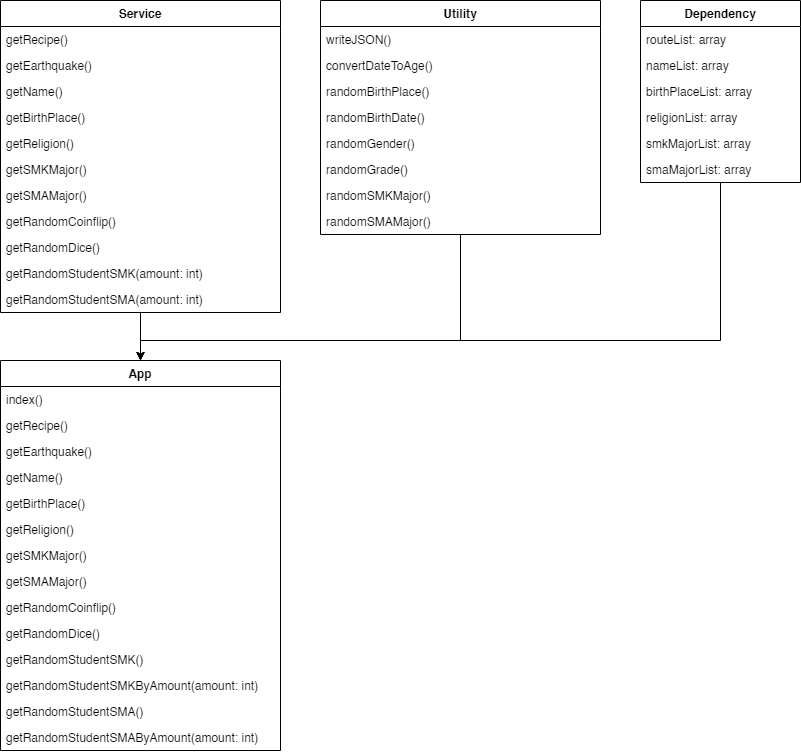
Earlier version of the draw.io export diagrams/class.drawio.png (astrantialabs/api-center). Source tidied: cells renumbered, new cells last; positions are measured from the earlier drawing's top-left corner, leaving out a move shared by most shapes. Source of this version:
```xml
<mxGraphModel>
  <root>
    <mxCell id="0" />
    <mxCell id="1" parent="0" />
    <mxCell id="2" value="App" style="swimlane;fontStyle=1;align=center;verticalAlign=top;horizontal=1;startSize=26;" parent="1" vertex="1">
      <mxGeometry y="360" width="280" height="390" as="geometry" />
    </mxCell>
    <mxCell id="3" value="index()" style="text;strokeColor=none;fillColor=none;align=left;verticalAlign=top;spacingLeft=4;spacingRight=4;overflow=hidden;" parent="2" vertex="1">
      <mxGeometry y="26" width="280" height="26" as="geometry" />
    </mxCell>
    <mxCell id="4" value="getRecipe()" style="text;strokeColor=none;fillColor=none;align=left;verticalAlign=top;spacingLeft=4;spacingRight=4;overflow=hidden;" parent="2" vertex="1">
      <mxGeometry y="52" width="280" height="26" as="geometry" />
    </mxCell>
    <mxCell id="5" value="getEarthquake()" style="text;strokeColor=none;fillColor=none;align=left;verticalAlign=top;spacingLeft=4;spacingRight=4;overflow=hidden;" parent="2" vertex="1">
      <mxGeometry y="78" width="280" height="26" as="geometry" />
    </mxCell>
    <mxCell id="6" value="getName()" style="text;strokeColor=none;fillColor=none;align=left;verticalAlign=top;spacingLeft=4;spacingRight=4;overflow=hidden;" parent="2" vertex="1">
      <mxGeometry y="104" width="280" height="26" as="geometry" />
    </mxCell>
    <mxCell id="7" value="getBirthPlace()" style="text;strokeColor=none;fillColor=none;align=left;verticalAlign=top;spacingLeft=4;spacingRight=4;overflow=hidden;" parent="2" vertex="1">
      <mxGeometry y="130" width="280" height="26" as="geometry" />
    </mxCell>
    <mxCell id="8" value="getReligion()" style="text;strokeColor=none;fillColor=none;align=left;verticalAlign=top;spacingLeft=4;spacingRight=4;overflow=hidden;" parent="2" vertex="1">
      <mxGeometry y="156" width="280" height="26" as="geometry" />
    </mxCell>
    <mxCell id="9" value="getSMKMajor()" style="text;strokeColor=none;fillColor=none;align=left;verticalAlign=top;spacingLeft=4;spacingRight=4;overflow=hidden;" parent="2" vertex="1">
      <mxGeometry y="182" width="280" height="26" as="geometry" />
    </mxCell>
    <mxCell id="10" value="getSMAMajor()" style="text;strokeColor=none;fillColor=none;align=left;verticalAlign=top;spacingLeft=4;spacingRight=4;overflow=hidden;" parent="2" vertex="1">
      <mxGeometry y="208" width="280" height="26" as="geometry" />
    </mxCell>
    <mxCell id="11" value="getRandomCoinflip()" style="text;strokeColor=none;fillColor=none;align=left;verticalAlign=top;spacingLeft=4;spacingRight=4;overflow=hidden;" parent="2" vertex="1">
      <mxGeometry y="234" width="280" height="26" as="geometry" />
    </mxCell>
    <mxCell id="12" value="getRandomDice()" style="text;strokeColor=none;fillColor=none;align=left;verticalAlign=top;spacingLeft=4;spacingRight=4;overflow=hidden;" parent="2" vertex="1">
      <mxGeometry y="260" width="280" height="26" as="geometry" />
    </mxCell>
    <mxCell id="13" value="getRandomStudentSMK()" style="text;strokeColor=none;fillColor=none;align=left;verticalAlign=top;spacingLeft=4;spacingRight=4;overflow=hidden;" parent="2" vertex="1">
      <mxGeometry y="286" width="280" height="26" as="geometry" />
    </mxCell>
    <mxCell id="14" value="getRandomStudentSMKByAmount(amount: int)" style="text;strokeColor=none;fillColor=none;align=left;verticalAlign=top;spacingLeft=4;spacingRight=4;overflow=hidden;" parent="2" vertex="1">
      <mxGeometry y="312" width="280" height="26" as="geometry" />
    </mxCell>
    <mxCell id="15" value="getRandomStudentSMA()" style="text;strokeColor=none;fillColor=none;align=left;verticalAlign=top;spacingLeft=4;spacingRight=4;overflow=hidden;" parent="2" vertex="1">
      <mxGeometry y="338" width="280" height="26" as="geometry" />
    </mxCell>
    <mxCell id="16" value="getRandomStudentSMAByAmount(amount: int)" style="text;strokeColor=none;fillColor=none;align=left;verticalAlign=top;spacingLeft=4;spacingRight=4;overflow=hidden;" parent="2" vertex="1">
      <mxGeometry y="364" width="280" height="26" as="geometry" />
    </mxCell>
    <mxCell id="17" style="edgeStyle=orthogonalEdgeStyle;rounded=0;jettySize=auto;html=1;entryX=0.5;entryY=0;entryDx=0;entryDy=0;" parent="1" edge="1" source="18" target="2">
      <mxGeometry relative="1" as="geometry">
        <Array as="points">
          <mxPoint x="720" y="340" />
          <mxPoint x="140" y="340" />
        </Array>
      </mxGeometry>
    </mxCell>
    <mxCell id="18" value="Dependency" style="swimlane;fontStyle=1;align=center;verticalAlign=top;horizontal=1;startSize=26;" parent="1" vertex="1">
      <mxGeometry x="640" width="160" height="182" as="geometry" />
    </mxCell>
    <mxCell id="19" value="routeList: array" style="text;strokeColor=none;fillColor=none;align=left;verticalAlign=top;spacingLeft=4;spacingRight=4;overflow=hidden;" parent="18" vertex="1">
      <mxGeometry y="26" width="160" height="26" as="geometry" />
    </mxCell>
    <mxCell id="20" value="nameList: array" style="text;strokeColor=none;fillColor=none;align=left;verticalAlign=top;spacingLeft=4;spacingRight=4;overflow=hidden;" parent="18" vertex="1">
      <mxGeometry y="52" width="160" height="26" as="geometry" />
    </mxCell>
    <mxCell id="21" value="birthPlaceList: array" style="text;strokeColor=none;fillColor=none;align=left;verticalAlign=top;spacingLeft=4;spacingRight=4;overflow=hidden;" parent="18" vertex="1">
      <mxGeometry y="78" width="160" height="26" as="geometry" />
    </mxCell>
    <mxCell id="22" value="religionList: array" style="text;strokeColor=none;fillColor=none;align=left;verticalAlign=top;spacingLeft=4;spacingRight=4;overflow=hidden;" parent="18" vertex="1">
      <mxGeometry y="104" width="160" height="26" as="geometry" />
    </mxCell>
    <mxCell id="23" value="smkMajorList: array" style="text;strokeColor=none;fillColor=none;align=left;verticalAlign=top;spacingLeft=4;spacingRight=4;overflow=hidden;" parent="18" vertex="1">
      <mxGeometry y="130" width="160" height="26" as="geometry" />
    </mxCell>
    <mxCell id="24" value="smaMajorList: array" style="text;strokeColor=none;fillColor=none;align=left;verticalAlign=top;spacingLeft=4;spacingRight=4;overflow=hidden;" parent="18" vertex="1">
      <mxGeometry y="156" width="160" height="26" as="geometry" />
    </mxCell>
    <mxCell id="25" style="edgeStyle=orthogonalEdgeStyle;rounded=0;jettySize=auto;html=1;entryX=0.5;entryY=0;entryDx=0;entryDy=0;" parent="1" edge="1" source="26" target="2">
      <mxGeometry relative="1" as="geometry" />
    </mxCell>
    <mxCell id="26" value="Service" style="swimlane;fontStyle=1;align=center;verticalAlign=top;horizontal=1;startSize=26;" parent="1" vertex="1">
      <mxGeometry width="280" height="312" as="geometry" />
    </mxCell>
    <mxCell id="27" value="getRecipe()" style="text;strokeColor=none;fillColor=none;align=left;verticalAlign=top;spacingLeft=4;spacingRight=4;overflow=hidden;" parent="26" vertex="1">
      <mxGeometry y="26" width="280" height="26" as="geometry" />
    </mxCell>
    <mxCell id="28" value="getEarthquake()" style="text;strokeColor=none;fillColor=none;align=left;verticalAlign=top;spacingLeft=4;spacingRight=4;overflow=hidden;" parent="26" vertex="1">
      <mxGeometry y="52" width="280" height="26" as="geometry" />
    </mxCell>
    <mxCell id="29" value="getName()" style="text;strokeColor=none;fillColor=none;align=left;verticalAlign=top;spacingLeft=4;spacingRight=4;overflow=hidden;" parent="26" vertex="1">
      <mxGeometry y="78" width="280" height="26" as="geometry" />
    </mxCell>
    <mxCell id="30" value="getBirthPlace()" style="text;strokeColor=none;fillColor=none;align=left;verticalAlign=top;spacingLeft=4;spacingRight=4;overflow=hidden;" parent="26" vertex="1">
      <mxGeometry y="104" width="280" height="26" as="geometry" />
    </mxCell>
    <mxCell id="31" value="getReligion()" style="text;strokeColor=none;fillColor=none;align=left;verticalAlign=top;spacingLeft=4;spacingRight=4;overflow=hidden;" parent="26" vertex="1">
      <mxGeometry y="130" width="280" height="26" as="geometry" />
    </mxCell>
    <mxCell id="32" value="getSMKMajor()" style="text;strokeColor=none;fillColor=none;align=left;verticalAlign=top;spacingLeft=4;spacingRight=4;overflow=hidden;" parent="26" vertex="1">
      <mxGeometry y="156" width="280" height="26" as="geometry" />
    </mxCell>
    <mxCell id="33" value="getSMAMajor()" style="text;strokeColor=none;fillColor=none;align=left;verticalAlign=top;spacingLeft=4;spacingRight=4;overflow=hidden;" parent="26" vertex="1">
      <mxGeometry y="182" width="280" height="26" as="geometry" />
    </mxCell>
    <mxCell id="34" value="getRandomCoinflip()" style="text;strokeColor=none;fillColor=none;align=left;verticalAlign=top;spacingLeft=4;spacingRight=4;overflow=hidden;" parent="26" vertex="1">
      <mxGeometry y="208" width="280" height="26" as="geometry" />
    </mxCell>
    <mxCell id="35" value="getRandomDice()" style="text;strokeColor=none;fillColor=none;align=left;verticalAlign=top;spacingLeft=4;spacingRight=4;overflow=hidden;" parent="26" vertex="1">
      <mxGeometry y="234" width="280" height="26" as="geometry" />
    </mxCell>
    <mxCell id="36" value="getRandomStudentSMK(amount: int)" style="text;strokeColor=none;fillColor=none;align=left;verticalAlign=top;spacingLeft=4;spacingRight=4;overflow=hidden;" parent="26" vertex="1">
      <mxGeometry y="260" width="280" height="26" as="geometry" />
    </mxCell>
    <mxCell id="37" value="getRandomStudentSMA(amount: int)" style="text;strokeColor=none;fillColor=none;align=left;verticalAlign=top;spacingLeft=4;spacingRight=4;overflow=hidden;" parent="26" vertex="1">
      <mxGeometry y="286" width="280" height="26" as="geometry" />
    </mxCell>
    <mxCell id="38" style="edgeStyle=orthogonalEdgeStyle;rounded=0;jettySize=auto;html=1;entryX=0.5;entryY=0;entryDx=0;entryDy=0;" parent="1" edge="1" source="39" target="2">
      <mxGeometry relative="1" as="geometry">
        <Array as="points">
          <mxPoint x="460" y="340" />
          <mxPoint x="140" y="340" />
        </Array>
      </mxGeometry>
    </mxCell>
    <mxCell id="39" value="Utility" style="swimlane;fontStyle=1;align=center;verticalAlign=top;horizontal=1;startSize=26;" parent="1" vertex="1">
      <mxGeometry x="320" width="280" height="234" as="geometry" />
    </mxCell>
    <mxCell id="40" value="writeJSON()" style="text;strokeColor=none;fillColor=none;align=left;verticalAlign=top;spacingLeft=4;spacingRight=4;overflow=hidden;" parent="39" vertex="1">
      <mxGeometry y="26" width="280" height="26" as="geometry" />
    </mxCell>
    <mxCell id="41" value="convertDateToAge()" style="text;strokeColor=none;fillColor=none;align=left;verticalAlign=top;spacingLeft=4;spacingRight=4;overflow=hidden;" parent="39" vertex="1">
      <mxGeometry y="52" width="280" height="26" as="geometry" />
    </mxCell>
    <mxCell id="42" value="randomBirthPlace()" style="text;strokeColor=none;fillColor=none;align=left;verticalAlign=top;spacingLeft=4;spacingRight=4;overflow=hidden;" parent="39" vertex="1">
      <mxGeometry y="78" width="280" height="26" as="geometry" />
    </mxCell>
    <mxCell id="43" value="randomBirthDate()" style="text;strokeColor=none;fillColor=none;align=left;verticalAlign=top;spacingLeft=4;spacingRight=4;overflow=hidden;" parent="39" vertex="1">
      <mxGeometry y="104" width="280" height="26" as="geometry" />
    </mxCell>
    <mxCell id="44" value="randomGender()" style="text;strokeColor=none;fillColor=none;align=left;verticalAlign=top;spacingLeft=4;spacingRight=4;overflow=hidden;" parent="39" vertex="1">
      <mxGeometry y="130" width="280" height="26" as="geometry" />
    </mxCell>
    <mxCell id="45" value="randomGrade()" style="text;strokeColor=none;fillColor=none;align=left;verticalAlign=top;spacingLeft=4;spacingRight=4;overflow=hidden;" parent="39" vertex="1">
      <mxGeometry y="156" width="280" height="26" as="geometry" />
    </mxCell>
    <mxCell id="46" value="randomSMKMajor()" style="text;strokeColor=none;fillColor=none;align=left;verticalAlign=top;spacingLeft=4;spacingRight=4;overflow=hidden;" parent="39" vertex="1">
      <mxGeometry y="182" width="280" height="26" as="geometry" />
    </mxCell>
    <mxCell id="47" value="randomSMAMajor()" style="text;strokeColor=none;fillColor=none;align=left;verticalAlign=top;spacingLeft=4;spacingRight=4;overflow=hidden;" parent="39" vertex="1">
      <mxGeometry y="208" width="280" height="26" as="geometry" />
    </mxCell>
  </root>
</mxGraphModel>
```
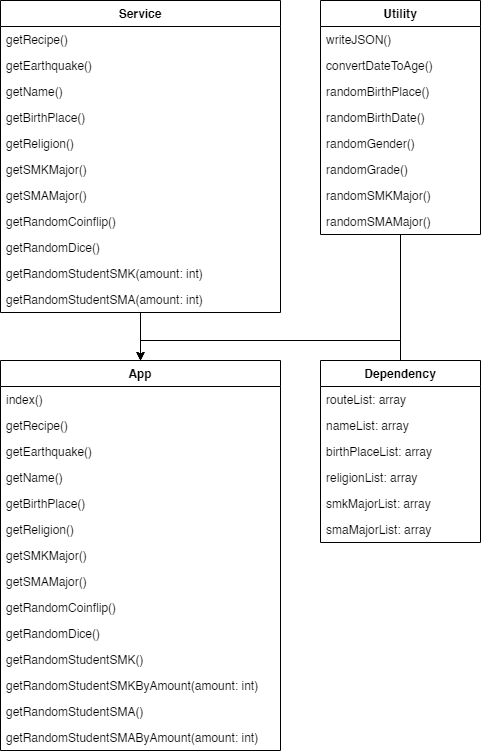
The same diagram one commit later.

Diff of the diagram source:
```diff
@@ -47,16 +47,16 @@
     <mxCell id="16" value="getRandomStudentSMAByAmount(amount: int)" style="text;strokeColor=none;fillColor=none;align=left;verticalAlign=top;spacingLeft=4;spacingRight=4;overflow=hidden;" parent="2" vertex="1">
       <mxGeometry y="364" width="280" height="26" as="geometry" />
     </mxCell>
-    <mxCell id="17" style="edgeStyle=orthogonalEdgeStyle;rounded=0;jettySize=auto;html=1;entryX=0.5;entryY=0;entryDx=0;entryDy=0;" parent="1" edge="1" source="18" target="2">
+    <mxCell id="17" style="edgeStyle=orthogonalEdgeStyle;rounded=0;jettySize=auto;html=1;entryX=0.5;entryY=0;entryDx=0;entryDy=0;exitX=0.5;exitY=0;exitDx=0;exitDy=0;" parent="1" edge="1" source="18" target="2">
       <mxGeometry relative="1" as="geometry">
         <Array as="points">
-          <mxPoint x="720" y="340" />
+          <mxPoint x="400" y="340" />
           <mxPoint x="140" y="340" />
         </Array>
       </mxGeometry>
     </mxCell>
     <mxCell id="18" value="Dependency" style="swimlane;fontStyle=1;align=center;verticalAlign=top;horizontal=1;startSize=26;" parent="1" vertex="1">
-      <mxGeometry x="640" width="160" height="182" as="geometry" />
+      <mxGeometry x="320" y="360" width="160" height="182" as="geometry" />
     </mxCell>
     <mxCell id="19" value="routeList: array" style="text;strokeColor=none;fillColor=none;align=left;verticalAlign=top;spacingLeft=4;spacingRight=4;overflow=hidden;" parent="18" vertex="1">
       <mxGeometry y="26" width="160" height="26" as="geometry" />
@@ -118,37 +118,37 @@
     <mxCell id="38" style="edgeStyle=orthogonalEdgeStyle;rounded=0;jettySize=auto;html=1;entryX=0.5;entryY=0;entryDx=0;entryDy=0;" parent="1" edge="1" source="39" target="2">
       <mxGeometry relative="1" as="geometry">
         <Array as="points">
-          <mxPoint x="460" y="340" />
+          <mxPoint x="400" y="340" />
           <mxPoint x="140" y="340" />
         </Array>
       </mxGeometry>
     </mxCell>
     <mxCell id="39" value="Utility" style="swimlane;fontStyle=1;align=center;verticalAlign=top;horizontal=1;startSize=26;" parent="1" vertex="1">
-      <mxGeometry x="320" width="280" height="234" as="geometry" />
+      <mxGeometry x="320" width="160" height="234" as="geometry" />
     </mxCell>
     <mxCell id="40" value="writeJSON()" style="text;strokeColor=none;fillColor=none;align=left;verticalAlign=top;spacingLeft=4;spacingRight=4;overflow=hidden;" parent="39" vertex="1">
-      <mxGeometry y="26" width="280" height="26" as="geometry" />
+      <mxGeometry y="26" width="160" height="26" as="geometry" />
     </mxCell>
     <mxCell id="41" value="convertDateToAge()" style="text;strokeColor=none;fillColor=none;align=left;verticalAlign=top;spacingLeft=4;spacingRight=4;overflow=hidden;" parent="39" vertex="1">
-      <mxGeometry y="52" width="280" height="26" as="geometry" />
+      <mxGeometry y="52" width="160" height="26" as="geometry" />
     </mxCell>
     <mxCell id="42" value="randomBirthPlace()" style="text;strokeColor=none;fillColor=none;align=left;verticalAlign=top;spacingLeft=4;spacingRight=4;overflow=hidden;" parent="39" vertex="1">
-      <mxGeometry y="78" width="280" height="26" as="geometry" />
+      <mxGeometry y="78" width="160" height="26" as="geometry" />
     </mxCell>
     <mxCell id="43" value="randomBirthDate()" style="text;strokeColor=none;fillColor=none;align=left;verticalAlign=top;spacingLeft=4;spacingRight=4;overflow=hidden;" parent="39" vertex="1">
-      <mxGeometry y="104" width="280" height="26" as="geometry" />
+      <mxGeometry y="104" width="160" height="26" as="geometry" />
     </mxCell>
     <mxCell id="44" value="randomGender()" style="text;strokeColor=none;fillColor=none;align=left;verticalAlign=top;spacingLeft=4;spacingRight=4;overflow=hidden;" parent="39" vertex="1">
-      <mxGeometry y="130" width="280" height="26" as="geometry" />
+      <mxGeometry y="130" width="160" height="26" as="geometry" />
     </mxCell>
     <mxCell id="45" value="randomGrade()" style="text;strokeColor=none;fillColor=none;align=left;verticalAlign=top;spacingLeft=4;spacingRight=4;overflow=hidden;" parent="39" vertex="1">
-      <mxGeometry y="156" width="280" height="26" as="geometry" />
+      <mxGeometry y="156" width="160" height="26" as="geometry" />
     </mxCell>
     <mxCell id="46" value="randomSMKMajor()" style="text;strokeColor=none;fillColor=none;align=left;verticalAlign=top;spacingLeft=4;spacingRight=4;overflow=hidden;" parent="39" vertex="1">
-      <mxGeometry y="182" width="280" height="26" as="geometry" />
+      <mxGeometry y="182" width="160" height="26" as="geometry" />
     </mxCell>
     <mxCell id="47" value="randomSMAMajor()" style="text;strokeColor=none;fillColor=none;align=left;verticalAlign=top;spacingLeft=4;spacingRight=4;overflow=hidden;" parent="39" vertex="1">
-      <mxGeometry y="208" width="280" height="26" as="geometry" />
+      <mxGeometry y="208" width="160" height="26" as="geometry" />
     </mxCell>
   </root>
 </mxGraphModel>
```
